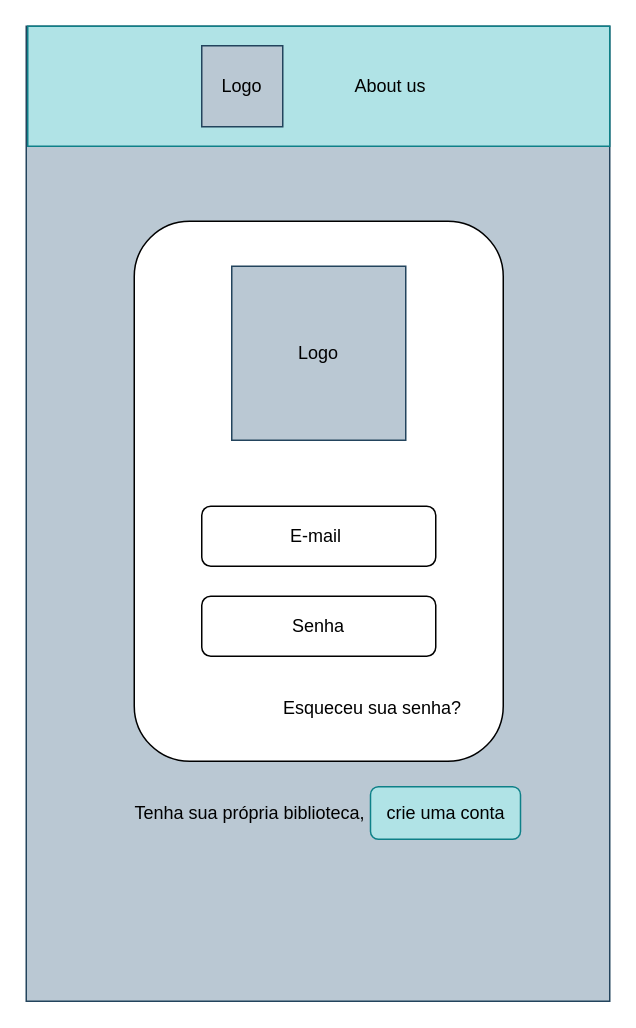
Above: page "Login celular" (1 of 13) of Bookshelf.drawio in LeoHMuniz/FrontEnd (draw.io), before the change. Source tidied: cells renumbered, new cells numbered last; positions are measured from the earlier drawing's top-left corner, leaving out a move shared by most shapes. Both pictures are drawn from the tidied source at 150%, with x=0, y=0 at pixel (26, 26).
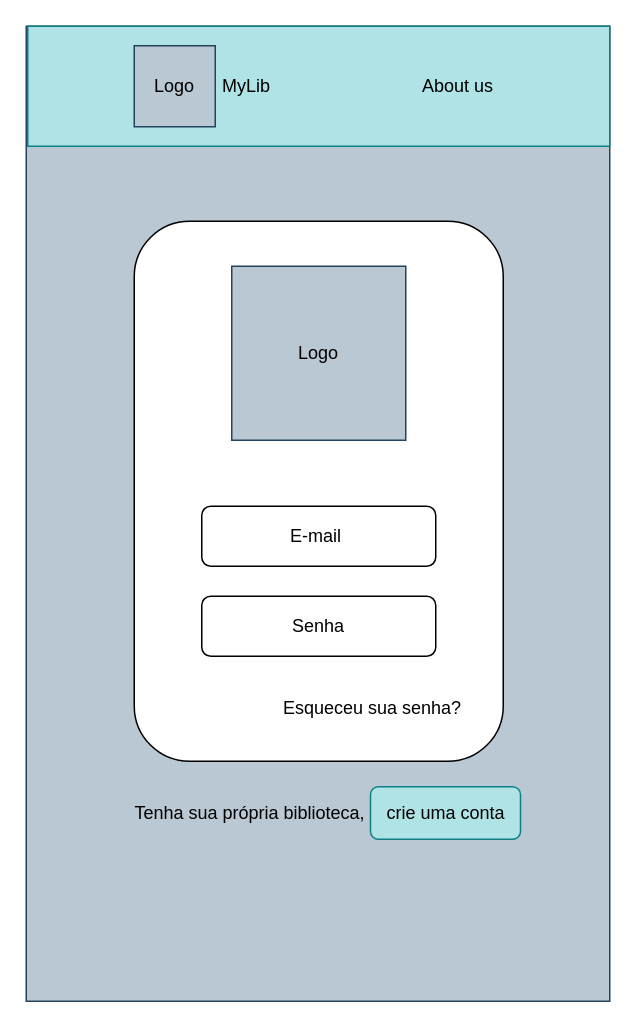
Above is the later version.

Change to the diagram source:
```diff
@@
 <mxGraphModel>
   <root>
     <mxCell id="0" />
     <mxCell id="1" parent="0" />
     <mxCell id="2" style="rounded=0;whiteSpace=wrap;html=1;fillColor=#bac8d3;strokeColor=#23445d;" parent="1" vertex="1">
       <mxGeometry width="389" height="650" as="geometry" />
     </mxCell>
     <mxCell id="3" style="rounded=1;whiteSpace=wrap;html=1;" parent="1" vertex="1">
       <mxGeometry x="72" y="130" width="246" height="360" as="geometry" />
     </mxCell>
     <mxCell id="4" value="Logo" style="whiteSpace=wrap;html=1;fillColor=#bac8d3;strokeColor=#23445d;" parent="1" vertex="1">
       <mxGeometry x="137" y="160" width="116" height="116" as="geometry" />
     </mxCell>
     <mxCell id="5" value="E-mail&amp;nbsp;" style="rounded=1;whiteSpace=wrap;html=1;fillColor=none;" parent="1" vertex="1">
       <mxGeometry x="117" y="320" width="156" height="40" as="geometry" />
     </mxCell>
     <mxCell id="6" value="&lt;div style=&quot;&quot;&gt;&lt;span style=&quot;background-color: initial;&quot;&gt;Senha&lt;/span&gt;&lt;/div&gt;" style="rounded=1;whiteSpace=wrap;html=1;align=center;fillColor=none;" parent="1" vertex="1">
       <mxGeometry x="117" y="380" width="156" height="40" as="geometry" />
     </mxCell>
     <mxCell id="7" style="rounded=0;whiteSpace=wrap;html=1;fillColor=#b0e3e6;strokeColor=#0e8088;" parent="1" vertex="1">
       <mxGeometry x="1" width="388" height="80" as="geometry" />
     </mxCell>
     <mxCell id="8" value="About us" style="text;html=1;strokeColor=none;fillColor=none;align=center;verticalAlign=middle;whiteSpace=wrap;rounded=0;" parent="1" vertex="1">
-      <mxGeometry x="213" y="25" width="60" height="30" as="geometry" />
+      <mxGeometry x="258" y="25" width="60" height="30" as="geometry" />
     </mxCell>
-    <mxCell id="9" value="Logo" style="whiteSpace=wrap;html=1;fillColor=#bac8d3;strokeColor=#23445d;" parent="1" vertex="1">
-      <mxGeometry x="117" y="13" width="54" height="54" as="geometry" />
-    </mxCell>
     <mxCell id="10" value="Esqueceu sua senha?" style="text;html=1;strokeColor=none;fillColor=none;align=center;verticalAlign=middle;whiteSpace=wrap;rounded=0;" parent="1" vertex="1">
       <mxGeometry x="161" y="440" width="140" height="30" as="geometry" />
     </mxCell>
     <mxCell id="11" value="Tenha sua própria biblioteca,&amp;nbsp;" style="text;html=1;strokeColor=none;fillColor=none;align=center;verticalAlign=middle;whiteSpace=wrap;rounded=0;" parent="1" vertex="1">
       <mxGeometry x="60.5" y="510" width="180" height="30" as="geometry" />
     </mxCell>
     <mxCell id="12" value="crie uma conta" style="rounded=1;whiteSpace=wrap;html=1;fillColor=#b0e3e6;strokeColor=#0e8088;" parent="1" vertex="1">
       <mxGeometry x="229.5" y="507" width="100" height="35" as="geometry" />
     </mxCell>
+    <mxCell id="9" value="Logo" style="whiteSpace=wrap;html=1;fillColor=#bac8d3;strokeColor=#23445d;" parent="1" vertex="1">
+      <mxGeometry x="72" y="13" width="54" height="54" as="geometry" />
+    </mxCell>
+    <mxCell id="13" value="MyLib" style="text;html=1;strokeColor=none;fillColor=none;align=center;verticalAlign=middle;whiteSpace=wrap;rounded=0;" parent="1" vertex="1">
+      <mxGeometry x="102" y="25" width="90" height="30" as="geometry" />
+    </mxCell>
   </root>
 </mxGraphModel>
```
